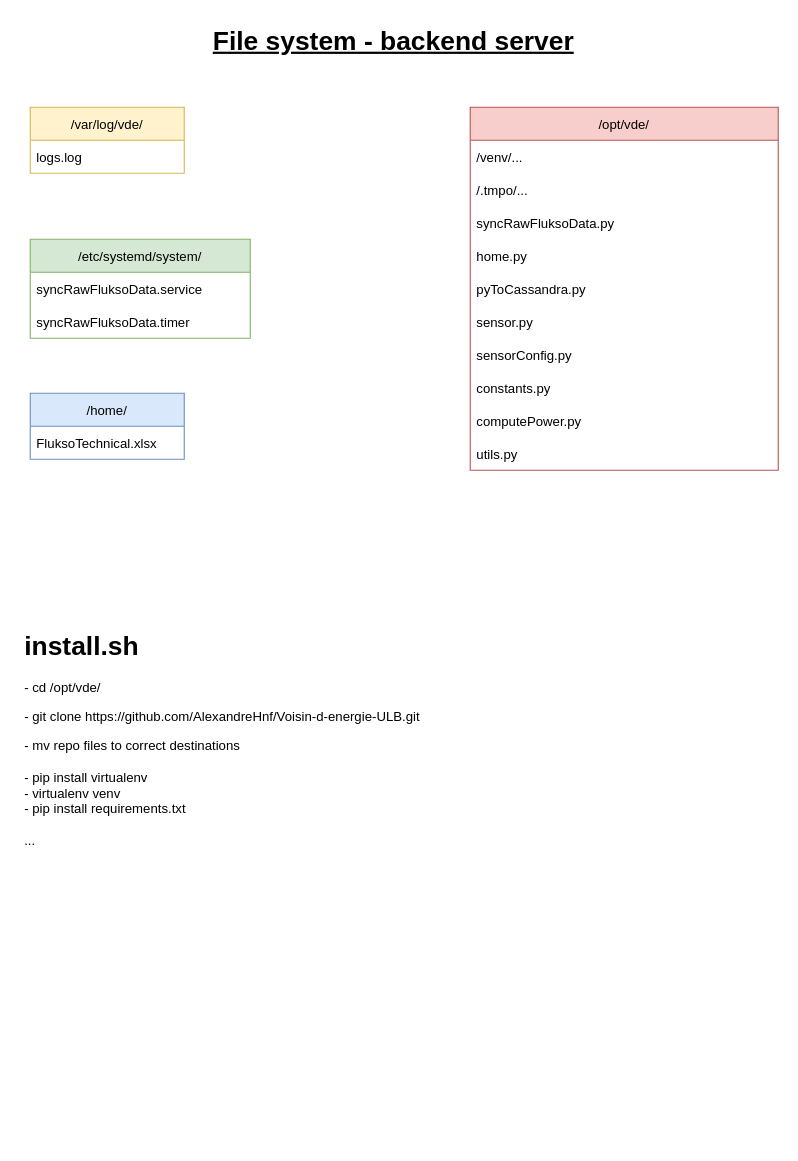
Earlier version of the draw.io diagram page "file_system" (11 of 11) of documentation/documentation_diagrams.drawio (AlexandreHnf/Voisin-d-energie-ULB). Source tidied: cells renumbered, new cells numbered last; positions are measured from the earlier drawing's top-left corner, leaving out a move shared by most shapes. Both pictures are drawn from the tidied source at 110%, with x=0, y=0 at pixel (19, 19).
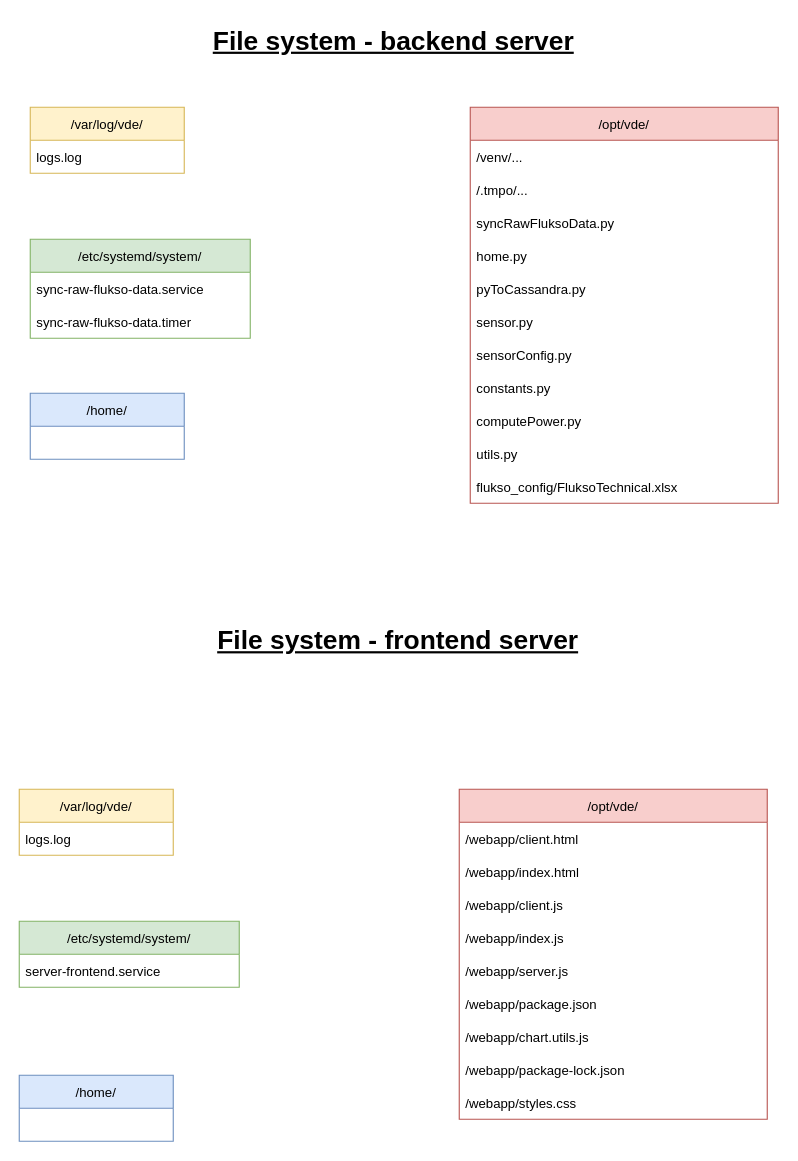
The same diagram, later.

Commit message (it also covers changes not shown here):
doc : file system frontend

Unchanged cells that the change refers to:
```xml
<mxCell id="13" value="/etc/systemd/system/" style="swimlane;fontStyle=0;horizontal=1;startSize=30;fillColor=#d5e8d4;strokeColor=#82b366;" parent="1" vertex="1">
  <mxGeometry x="10" y="200" width="200" height="90" as="geometry" />
</mxCell>
<mxCell id="19" value="/home/" style="swimlane;fontStyle=0;horizontal=1;startSize=30;fillColor=#dae8fc;strokeColor=#6c8ebf;" parent="1" vertex="1">
  <mxGeometry x="10" y="340" width="140" height="60" as="geometry" />
</mxCell>
```

What changed in the source:
```diff
@@
     <mxCell id="2" value="/opt/vde/" style="swimlane;fontStyle=0;horizontal=1;startSize=30;fillColor=#f8cecc;strokeColor=#b85450;" parent="1" vertex="1">
-      <mxGeometry x="410" y="80" width="280" height="330" as="geometry" />
+      <mxGeometry x="410" y="80" width="280" height="360" as="geometry" />
     </mxCell>
@@
+    <mxCell id="22" value="flukso_config/FluksoTechnical.xlsx" style="text;strokeColor=none;fillColor=none;align=left;verticalAlign=middle;spacingLeft=4;spacingRight=4;overflow=hidden;" parent="2" vertex="1">
+      <mxGeometry y="330" width="280" height="30" as="geometry" />
+    </mxCell>
@@
-    <mxCell id="14" value="syncRawFluksoData.service" style="text;strokeColor=none;fillColor=none;align=left;verticalAlign=middle;spacingLeft=4;spacingRight=4;overflow=hidden;" parent="13" vertex="1">
+    <mxCell id="14" value="sync-raw-flukso-data.service" style="text;strokeColor=none;fillColor=none;align=left;verticalAlign=middle;spacingLeft=4;spacingRight=4;overflow=hidden;" parent="13" vertex="1">
       <mxGeometry y="30" width="200" height="30" as="geometry" />
     </mxCell>
-    <mxCell id="15" value="syncRawFluksoData.timer" style="text;strokeColor=none;fillColor=none;align=left;verticalAlign=middle;spacingLeft=4;spacingRight=4;overflow=hidden;" parent="13" vertex="1">
+    <mxCell id="15" value="sync-raw-flukso-data.timer" style="text;strokeColor=none;fillColor=none;align=left;verticalAlign=middle;spacingLeft=4;spacingRight=4;overflow=hidden;" parent="13" vertex="1">
       <mxGeometry y="60" width="200" height="30" as="geometry" />
     </mxCell>
@@
-    <mxCell id="20" value="FluksoTechnical.xlsx" style="text;strokeColor=none;fillColor=none;align=left;verticalAlign=middle;spacingLeft=4;spacingRight=4;overflow=hidden;" parent="19" vertex="1">
-      <mxGeometry y="30" width="140" height="30" as="geometry" />
-    </mxCell>
-    <mxCell id="21" value="&lt;h1&gt;install.sh&lt;/h1&gt;&lt;p&gt;- cd /opt/vde/&lt;/p&gt;&lt;p&gt;- git clone https://github.com/AlexandreHnf/Voisin-d-energie-ULB.git&lt;br&gt;&lt;/p&gt;&lt;div&gt;- mv repo files to correct destinations&lt;/div&gt;&lt;div&gt;&lt;br&gt;&lt;/div&gt;&lt;div&gt;- pip install virtualenv&lt;br&gt;&lt;/div&gt;&lt;div&gt;- virtualenv venv&lt;/div&gt;&lt;div&gt;- pip install requirements.txt&lt;/div&gt;&lt;div&gt;&lt;br&gt;&lt;/div&gt;&lt;div&gt;...&lt;br&gt;&lt;/div&gt;" style="text;html=1;strokeColor=none;fillColor=none;spacing=5;spacingTop=-20;whiteSpace=wrap;overflow=hidden;rounded=0;" parent="1" vertex="1">
-      <mxGeometry y="550" width="460" height="340" as="geometry" />
-    </mxCell>
+    <mxCell id="23" value="File system - frontend server" style="text;strokeColor=none;fillColor=none;html=1;fontSize=24;fontStyle=5;verticalAlign=middle;align=center;" parent="1" vertex="1">
+      <mxGeometry x="214" y="545" width="260" height="40" as="geometry" />
+    </mxCell>
+    <mxCell id="24" value="/opt/vde/" style="swimlane;fontStyle=0;horizontal=1;startSize=30;fillColor=#f8cecc;strokeColor=#b85450;" parent="1" vertex="1">
+      <mxGeometry x="400" y="700" width="280" height="300" as="geometry" />
+    </mxCell>
+    <mxCell id="25" value="/webapp/client.html" style="text;strokeColor=none;fillColor=none;align=left;verticalAlign=middle;spacingLeft=4;spacingRight=4;overflow=hidden;" parent="24" vertex="1">
+      <mxGeometry y="30" width="280" height="30" as="geometry" />
+    </mxCell>
+    <mxCell id="26" value="/webapp/index.html" style="text;strokeColor=none;fillColor=none;align=left;verticalAlign=middle;spacingLeft=4;spacingRight=4;overflow=hidden;" parent="24" vertex="1">
+      <mxGeometry y="60" width="280" height="30" as="geometry" />
+    </mxCell>
+    <mxCell id="27" value="/webapp/client.js" style="text;strokeColor=none;fillColor=none;align=left;verticalAlign=middle;spacingLeft=4;spacingRight=4;overflow=hidden;" parent="24" vertex="1">
+      <mxGeometry y="90" width="280" height="30" as="geometry" />
+    </mxCell>
+    <mxCell id="28" value="/webapp/index.js" style="text;strokeColor=none;fillColor=none;align=left;verticalAlign=middle;spacingLeft=4;spacingRight=4;overflow=hidden;" parent="24" vertex="1">
+      <mxGeometry y="120" width="280" height="30" as="geometry" />
+    </mxCell>
+    <mxCell id="29" value="/webapp/server.js" style="text;strokeColor=none;fillColor=none;align=left;verticalAlign=middle;spacingLeft=4;spacingRight=4;overflow=hidden;" parent="24" vertex="1">
+      <mxGeometry y="150" width="280" height="30" as="geometry" />
+    </mxCell>
+    <mxCell id="30" value="/webapp/package.json" style="text;strokeColor=none;fillColor=none;align=left;verticalAlign=middle;spacingLeft=4;spacingRight=4;overflow=hidden;" parent="24" vertex="1">
+      <mxGeometry y="180" width="280" height="30" as="geometry" />
+    </mxCell>
+    <mxCell id="31" value="/webapp/chart.utils.js" style="text;strokeColor=none;fillColor=none;align=left;verticalAlign=middle;spacingLeft=4;spacingRight=4;overflow=hidden;" parent="24" vertex="1">
+      <mxGeometry y="210" width="280" height="30" as="geometry" />
+    </mxCell>
+    <mxCell id="32" value="/webapp/package-lock.json" style="text;strokeColor=none;fillColor=none;align=left;verticalAlign=middle;spacingLeft=4;spacingRight=4;overflow=hidden;" parent="24" vertex="1">
+      <mxGeometry y="240" width="280" height="30" as="geometry" />
+    </mxCell>
+    <mxCell id="33" value="/webapp/styles.css" style="text;strokeColor=none;fillColor=none;align=left;verticalAlign=middle;spacingLeft=4;spacingRight=4;overflow=hidden;" parent="24" vertex="1">
+      <mxGeometry y="270" width="280" height="30" as="geometry" />
+    </mxCell>
+    <mxCell id="34" value="/etc/systemd/system/" style="swimlane;fontStyle=0;horizontal=1;startSize=30;fillColor=#d5e8d4;strokeColor=#82b366;" parent="1" vertex="1">
+      <mxGeometry y="820" width="200" height="60" as="geometry" />
+    </mxCell>
+    <mxCell id="35" value="server-frontend.service" style="text;strokeColor=none;fillColor=none;align=left;verticalAlign=middle;spacingLeft=4;spacingRight=4;overflow=hidden;" parent="34" vertex="1">
+      <mxGeometry y="30" width="200" height="30" as="geometry" />
+    </mxCell>
+    <mxCell id="36" value="/var/log/vde/" style="swimlane;fontStyle=0;horizontal=1;startSize=30;fillColor=#fff2cc;strokeColor=#d6b656;" parent="1" vertex="1">
+      <mxGeometry y="700" width="140" height="60" as="geometry" />
+    </mxCell>
+    <mxCell id="37" value="logs.log" style="text;strokeColor=none;fillColor=none;align=left;verticalAlign=middle;spacingLeft=4;spacingRight=4;overflow=hidden;" parent="36" vertex="1">
+      <mxGeometry y="30" width="140" height="30" as="geometry" />
+    </mxCell>
+    <mxCell id="38" value="/home/" style="swimlane;fontStyle=0;horizontal=1;startSize=30;fillColor=#dae8fc;strokeColor=#6c8ebf;" parent="1" vertex="1">
+      <mxGeometry y="960" width="140" height="60" as="geometry" />
+    </mxCell>
```
